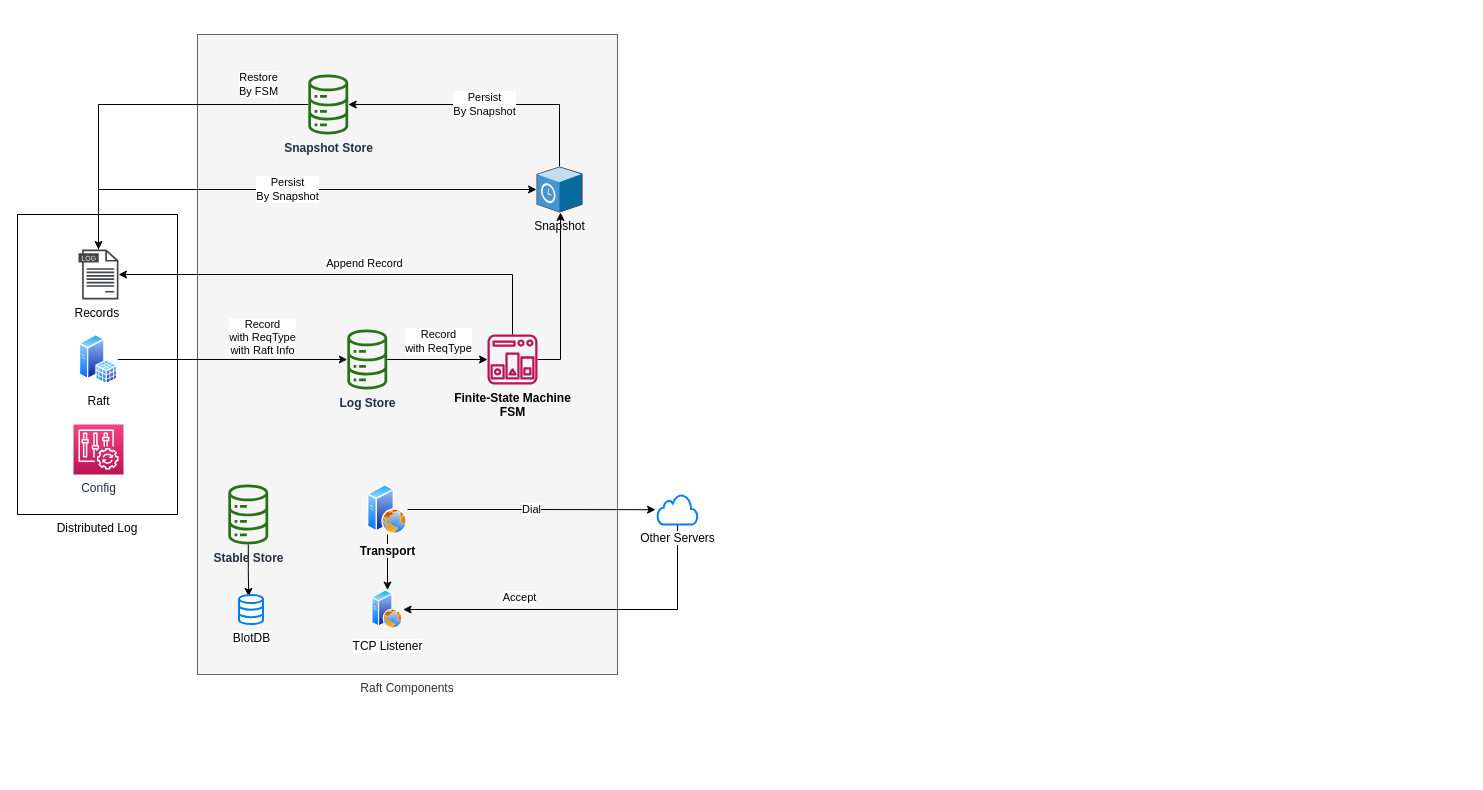
Above: page "Raft in Service" (5 of 5) of DistributedServicesWithGo/documents/DistributedServicesWithGo.drawio in utwoo/DistributedServicesWithGo (draw.io), before the change. Source tidied: cells renumbered, new cells numbered last; positions are measured from the earlier drawing's top-left corner, leaving out a move shared by most shapes. Both pictures are drawn from the tidied source at 100%, with x=0, y=0 at pixel (17, 34).
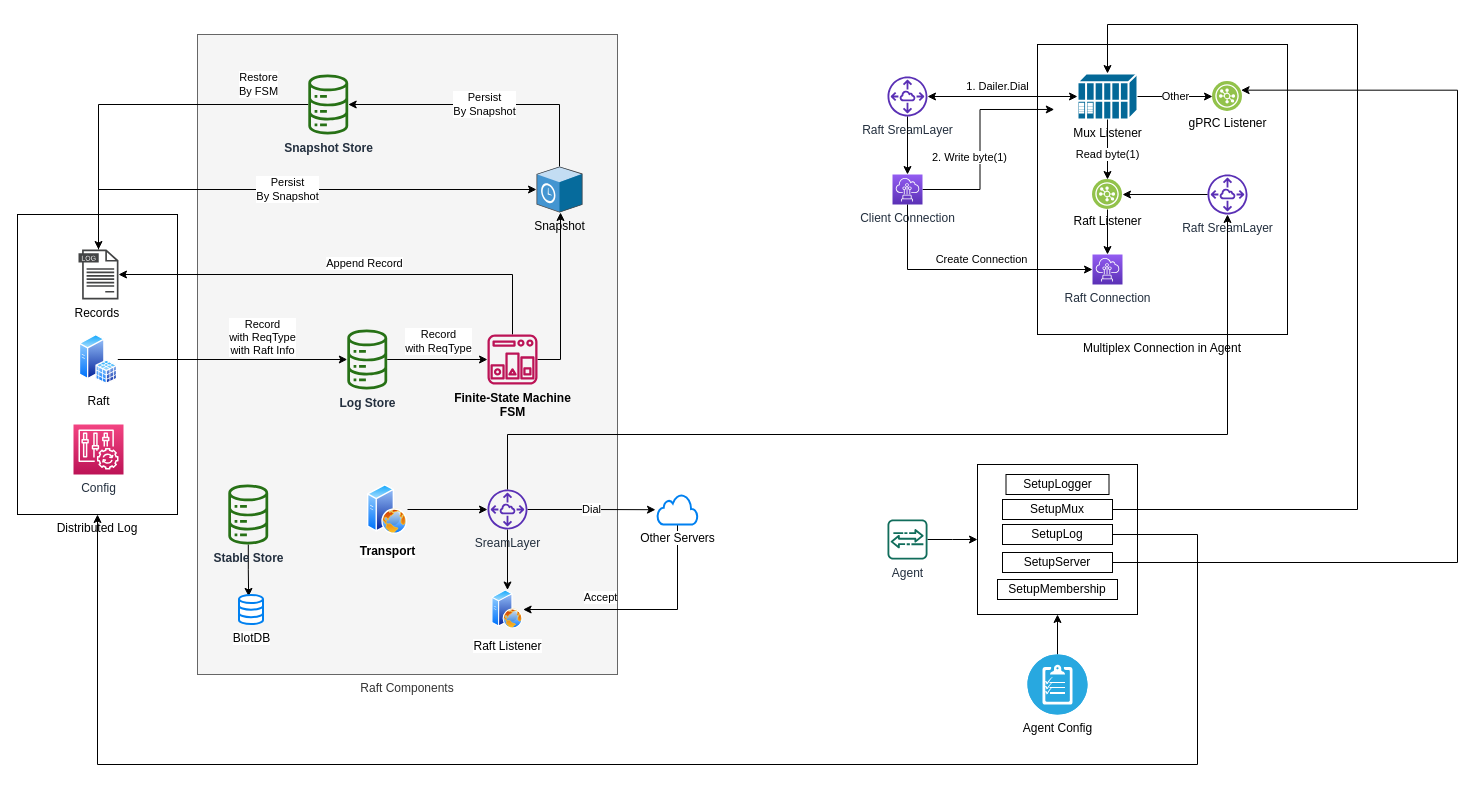
After the change.

The change refers to these unchanged cells:
```xml
<mxCell id="3" value="Distributed Log" style="rounded=0;whiteSpace=wrap;html=1;labelPosition=center;verticalLabelPosition=bottom;align=center;verticalAlign=top;" parent="1" vertex="1">
  <mxGeometry y="180" width="160" height="300" as="geometry" />
</mxCell>
<mxCell id="14" value="Transport" style="perimeter=ellipsePerimeter;html=1;align=center;shadow=0;dashed=0;spacingTop=3;image;image=img/lib/active_directory/web_server.svg;fontStyle=1;" parent="1" vertex="1">
  <mxGeometry x="350" y="450" width="40" height="50" as="geometry" />
</mxCell>
<mxCell id="28" value="Other Servers" style="html=1;verticalLabelPosition=bottom;align=center;labelBackgroundColor=#ffffff;verticalAlign=top;strokeWidth=2;strokeColor=#0080F0;shadow=0;dashed=0;shape=mxgraph.ios7.icons.cloud;" parent="1" vertex="1">
  <mxGeometry x="640" y="460" width="40" height="30" as="geometry" />
</mxCell>
```

What changed in the source:
```diff
@@
-    <mxCell id="12" style="edgeStyle=orthogonalEdgeStyle;rounded=0;jettySize=auto;html=1;" parent="1" edge="1" source="14" target="26">
-      <mxGeometry relative="1" as="geometry" />
-    </mxCell>
-    <mxCell id="13" value="Dial" style="edgeStyle=orthogonalEdgeStyle;rounded=0;jettySize=auto;html=1;entryX=-0.05;entryY=0.507;entryDx=0;entryDy=0;entryPerimeter=0;" parent="1" edge="1" source="14" target="28">
+    <mxCell id="13" value="Dial" style="edgeStyle=orthogonalEdgeStyle;rounded=0;jettySize=auto;html=1;entryX=-0.05;entryY=0.507;entryDx=0;entryDy=0;entryPerimeter=0;" parent="1" edge="1" source="31" target="28">
       <mxGeometry relative="1" as="geometry" />
     </mxCell>
+    <mxCell id="29" style="edgeStyle=orthogonalEdgeStyle;rounded=0;jettySize=auto;html=1;" parent="1" edge="1" source="14" target="31">
+      <mxGeometry relative="1" as="geometry" />
+    </mxCell>
@@
-    <mxCell id="26" value="TCP Listener" style="perimeter=ellipsePerimeter;html=1;align=center;shadow=0;dashed=0;spacingTop=3;image;image=img/lib/active_directory/web_server.svg;" parent="1" vertex="1">
-      <mxGeometry x="354.4" y="555.5" width="31.2" height="39" as="geometry" />
+    <mxCell id="26" value="Raft Listener" style="perimeter=ellipsePerimeter;html=1;align=center;shadow=0;dashed=0;spacingTop=3;image;image=img/lib/active_directory/web_server.svg;" parent="1" vertex="1">
+      <mxGeometry x="474.4" y="555.5" width="31.2" height="39" as="geometry" />
     </mxCell>
@@
+    <mxCell id="30" style="edgeStyle=orthogonalEdgeStyle;rounded=0;jettySize=auto;html=1;entryX=0.5;entryY=0;entryDx=0;entryDy=0;" parent="1" edge="1" source="31" target="26">
+      <mxGeometry relative="1" as="geometry" />
+    </mxCell>
+    <mxCell id="31" value="SreamLayer" style="outlineConnect=0;fontColor=#232F3E;gradientColor=none;fillColor=#5A30B5;strokeColor=none;dashed=0;verticalLabelPosition=bottom;verticalAlign=top;align=center;html=1;fontSize=12;fontStyle=0;shape=mxgraph.aws4.peering;" parent="1" vertex="1">
+      <mxGeometry x="470" y="455" width="40" height="40" as="geometry" />
+    </mxCell>
+    <mxCell id="32" style="group;" parent="1" vertex="1">
+      <mxGeometry x="870" y="10" width="400" height="290" as="geometry" />
+    </mxCell>
+    <mxCell id="33" value="Multiplex Connection in Agent" style="rounded=0;whiteSpace=wrap;html=1;labelPosition=center;verticalLabelPosition=bottom;align=center;verticalAlign=top;" parent="32" vertex="1">
+      <mxGeometry x="150" width="250" height="290" as="geometry" />
+    </mxCell>
+    <mxCell id="34" value="Raft SreamLayer" style="outlineConnect=0;fontColor=#232F3E;gradientColor=none;fillColor=#5A30B5;strokeColor=none;dashed=0;verticalLabelPosition=bottom;verticalAlign=top;align=center;html=1;fontSize=12;fontStyle=0;shape=mxgraph.aws4.peering;" parent="32" vertex="1">
+      <mxGeometry x="320" y="130" width="40" height="40" as="geometry" />
+    </mxCell>
+    <mxCell id="35" value="Mux Listener" style="shape=mxgraph.cisco.misc.mux;html=1;dashed=0;fillColor=#036897;strokeColor=#ffffff;strokeWidth=2;verticalLabelPosition=bottom;verticalAlign=top;align=center;outlineConnect=0;" parent="32" vertex="1">
+      <mxGeometry x="190" y="29" width="60" height="46" as="geometry" />
+    </mxCell>
+    <mxCell id="36" value="1. Dailer.Dial" style="edgeStyle=orthogonalEdgeStyle;rounded=0;jettySize=auto;html=1;startArrow=classic;startFill=1;" parent="32" edge="1" source="37" target="35">
+      <mxGeometry x="-0.07" y="10" relative="1" as="geometry" />
+    </mxCell>
+    <mxCell id="37" value="Raft SreamLayer" style="outlineConnect=0;fontColor=#232F3E;gradientColor=none;fillColor=#5A30B5;strokeColor=none;dashed=0;verticalLabelPosition=bottom;verticalAlign=top;align=center;html=1;fontSize=12;fontStyle=0;shape=mxgraph.aws4.peering;" parent="32" vertex="1">
+      <mxGeometry y="32" width="40" height="40" as="geometry" />
+    </mxCell>
+    <mxCell id="38" value="2. Write byte(1)" style="edgeStyle=orthogonalEdgeStyle;rounded=0;jettySize=auto;html=1;entryX=0.067;entryY=0.224;entryDx=0;entryDy=0;entryPerimeter=0;startArrow=none;startFill=0;" parent="32" edge="1" source="39" target="33">
+      <mxGeometry x="-0.15" y="12" relative="1" as="geometry">
+        <mxPoint x="1" as="offset" />
+      </mxGeometry>
+    </mxCell>
+    <mxCell id="39" value="Client Connection" style="points=[[0,0,0],[0.25,0,0],[0.5,0,0],[0.75,0,0],[1,0,0],[0,1,0],[0.25,1,0],[0.5,1,0],[0.75,1,0],[1,1,0],[0,0.25,0],[0,0.5,0],[0,0.75,0],[1,0.25,0],[1,0.5,0],[1,0.75,0]];outlineConnect=0;fontColor=#232F3E;gradientColor=#945DF2;gradientDirection=north;fillColor=#5A30B5;strokeColor=#ffffff;dashed=0;verticalLabelPosition=bottom;verticalAlign=top;align=center;html=1;fontSize=12;fontStyle=0;shape=mxgraph.aws4.resourceIcon;resIcon=mxgraph.aws4.direct_connect;" parent="32" vertex="1">
+      <mxGeometry x="5" y="130" width="30" height="30" as="geometry" />
+    </mxCell>
+    <mxCell id="40" style="edgeStyle=orthogonalEdgeStyle;rounded=0;jettySize=auto;html=1;entryX=0.5;entryY=0;entryDx=0;entryDy=0;entryPerimeter=0;startArrow=none;startFill=0;" parent="32" edge="1" source="37" target="39">
+      <mxGeometry relative="1" as="geometry" />
+    </mxCell>
+    <mxCell id="41" value="Raft Listener" style="perimeter=ellipsePerimeter;html=1;align=center;shadow=0;dashed=0;labelBackgroundColor=#ffffff;fontSize=12;spacingTop=0;image;image=img/lib/ibm/vpc/LoadBalancerListener.svg;spacing=0;" parent="32" vertex="1">
+      <mxGeometry x="205" y="135" width="30" height="30" as="geometry" />
+    </mxCell>
+    <mxCell id="42" style="edgeStyle=orthogonalEdgeStyle;rounded=0;jettySize=auto;html=1;entryX=1;entryY=0.5;entryDx=0;entryDy=0;startArrow=none;startFill=0;" parent="32" edge="1" source="34" target="41">
+      <mxGeometry relative="1" as="geometry" />
+    </mxCell>
+    <mxCell id="43" value="Read byte(1)" style="edgeStyle=orthogonalEdgeStyle;rounded=0;jettySize=auto;html=1;entryX=0.5;entryY=0;entryDx=0;entryDy=0;startArrow=none;startFill=0;" parent="32" edge="1" source="35" target="41">
+      <mxGeometry x="0.17" relative="1" as="geometry" />
+    </mxCell>
+    <mxCell id="44" value="Raft Connection" style="points=[[0,0,0],[0.25,0,0],[0.5,0,0],[0.75,0,0],[1,0,0],[0,1,0],[0.25,1,0],[0.5,1,0],[0.75,1,0],[1,1,0],[0,0.25,0],[0,0.5,0],[0,0.75,0],[1,0.25,0],[1,0.5,0],[1,0.75,0]];outlineConnect=0;fontColor=#232F3E;gradientColor=#945DF2;gradientDirection=north;fillColor=#5A30B5;strokeColor=#ffffff;dashed=0;verticalLabelPosition=bottom;verticalAlign=top;align=center;html=1;fontSize=12;fontStyle=0;shape=mxgraph.aws4.resourceIcon;resIcon=mxgraph.aws4.direct_connect;" parent="32" vertex="1">
+      <mxGeometry x="205" y="210" width="30" height="30" as="geometry" />
+    </mxCell>
+    <mxCell id="45" value="Create Connection" style="edgeStyle=orthogonalEdgeStyle;rounded=0;jettySize=auto;html=1;entryX=0;entryY=0.5;entryDx=0;entryDy=0;entryPerimeter=0;startArrow=none;startFill=0;" parent="32" edge="1" source="39" target="44">
+      <mxGeometry x="0.11" y="10" relative="1" as="geometry">
+        <Array as="points">
+          <mxPoint x="20" y="225" />
+        </Array>
+      </mxGeometry>
+    </mxCell>
+    <mxCell id="46" style="edgeStyle=orthogonalEdgeStyle;rounded=0;jettySize=auto;html=1;startArrow=none;startFill=0;" parent="32" edge="1" source="41" target="44">
+      <mxGeometry relative="1" as="geometry" />
+    </mxCell>
+    <mxCell id="47" value="gPRC Listener" style="perimeter=ellipsePerimeter;html=1;align=center;shadow=0;dashed=0;labelBackgroundColor=#ffffff;fontSize=12;spacingTop=0;image;image=img/lib/ibm/vpc/LoadBalancerListener.svg;spacing=0;" parent="32" vertex="1">
+      <mxGeometry x="325" y="37" width="30" height="30" as="geometry" />
+    </mxCell>
+    <mxCell id="48" value="Other" style="edgeStyle=orthogonalEdgeStyle;rounded=0;jettySize=auto;html=1;entryX=0;entryY=0.5;entryDx=0;entryDy=0;startArrow=none;startFill=0;" parent="32" edge="1" source="35" target="47">
+      <mxGeometry relative="1" as="geometry" />
+    </mxCell>
+    <mxCell id="49" style="rounded=0;whiteSpace=wrap;html=1;" parent="1" vertex="1">
+      <mxGeometry x="960" y="430" width="160" height="150" as="geometry" />
+    </mxCell>
+    <mxCell id="50" style="edgeStyle=orthogonalEdgeStyle;rounded=0;jettySize=auto;html=1;entryX=0;entryY=0.5;entryDx=0;entryDy=0;" parent="1" edge="1" source="51" target="49">
+      <mxGeometry relative="1" as="geometry" />
+    </mxCell>
+    <mxCell id="51" value="Agent" style="outlineConnect=0;fontColor=#232F3E;gradientColor=none;fillColor=#116D5B;strokeColor=none;dashed=0;verticalLabelPosition=bottom;verticalAlign=top;align=center;html=1;fontSize=12;fontStyle=0;shape=mxgraph.aws4.agent2;" parent="1" vertex="1">
+      <mxGeometry x="870" y="485" width="40" height="40" as="geometry" />
+    </mxCell>
+    <mxCell id="52" value="SetupMembership" style="rounded=0;whiteSpace=wrap;html=1;" parent="1" vertex="1">
+      <mxGeometry x="980" y="545" width="120" height="20" as="geometry" />
+    </mxCell>
+    <mxCell id="53" style="edgeStyle=orthogonalEdgeStyle;rounded=0;jettySize=auto;html=1;entryX=0.5;entryY=1;entryDx=0;entryDy=0;" parent="1" edge="1" source="54" target="49">
+      <mxGeometry relative="1" as="geometry" />
+    </mxCell>
+    <mxCell id="54" value="Agent Config" style="fillColor=#28A8E0;verticalLabelPosition=bottom;html=1;strokeColor=#ffffff;verticalAlign=top;align=center;points=[[0.145,0.145,0],[0.5,0,0],[0.855,0.145,0],[1,0.5,0],[0.855,0.855,0],[0.5,1,0],[0.145,0.855,0],[0,0.5,0]];shape=mxgraph.cisco_safe.compositeIcon;bgIcon=ellipse;resIcon=mxgraph.cisco_safe.capability.policy_configuration;" parent="1" vertex="1">
+      <mxGeometry x="1010" y="620" width="60" height="60" as="geometry" />
+    </mxCell>
+    <mxCell id="55" value="SetupLogger" style="rounded=0;whiteSpace=wrap;html=1;" parent="1" vertex="1">
+      <mxGeometry x="988.5" y="440" width="103" height="20" as="geometry" />
+    </mxCell>
+    <mxCell id="56" style="edgeStyle=orthogonalEdgeStyle;rounded=0;jettySize=auto;html=1;entryX=0.5;entryY=1;entryDx=0;entryDy=0;" parent="1" edge="1" source="57" target="3">
+      <mxGeometry relative="1" as="geometry">
+        <Array as="points">
+          <mxPoint x="1180" y="500" />
+          <mxPoint x="1180" y="730" />
+          <mxPoint x="80" y="730" />
+        </Array>
+      </mxGeometry>
+    </mxCell>
+    <mxCell id="57" value="SetupLog" style="rounded=0;whiteSpace=wrap;html=1;" parent="1" vertex="1">
+      <mxGeometry x="985" y="490" width="110" height="20" as="geometry" />
+    </mxCell>
+    <mxCell id="58" style="edgeStyle=orthogonalEdgeStyle;rounded=0;jettySize=auto;html=1;entryX=1;entryY=0.25;entryDx=0;entryDy=0;" parent="1" edge="1" source="59" target="47">
+      <mxGeometry relative="1" as="geometry">
+        <Array as="points">
+          <mxPoint x="1440" y="528" />
+          <mxPoint x="1440" y="56" />
+        </Array>
+      </mxGeometry>
+    </mxCell>
+    <mxCell id="59" value="SetupServer" style="rounded=0;whiteSpace=wrap;html=1;" parent="1" vertex="1">
+      <mxGeometry x="985" y="518" width="110" height="20" as="geometry" />
+    </mxCell>
+    <mxCell id="60" style="edgeStyle=orthogonalEdgeStyle;rounded=0;jettySize=auto;html=1;entryX=0.5;entryY=0;entryDx=0;entryDy=0;entryPerimeter=0;exitX=1;exitY=0.5;exitDx=0;exitDy=0;" parent="1" edge="1" source="61" target="35">
+      <mxGeometry relative="1" as="geometry">
+        <Array as="points">
+          <mxPoint x="1340" y="475" />
+          <mxPoint x="1340" y="-10" />
+          <mxPoint x="1090" y="-10" />
+        </Array>
+      </mxGeometry>
+    </mxCell>
+    <mxCell id="61" value="SetupMux" style="rounded=0;whiteSpace=wrap;html=1;" parent="1" vertex="1">
+      <mxGeometry x="985" y="465" width="110" height="20" as="geometry" />
+    </mxCell>
+    <mxCell id="62" style="edgeStyle=orthogonalEdgeStyle;rounded=0;jettySize=auto;html=1;" parent="1" edge="1" source="31" target="34">
+      <mxGeometry relative="1" as="geometry">
+        <Array as="points">
+          <mxPoint x="490" y="400" />
+          <mxPoint x="1210" y="400" />
+        </Array>
+      </mxGeometry>
+    </mxCell>
```
